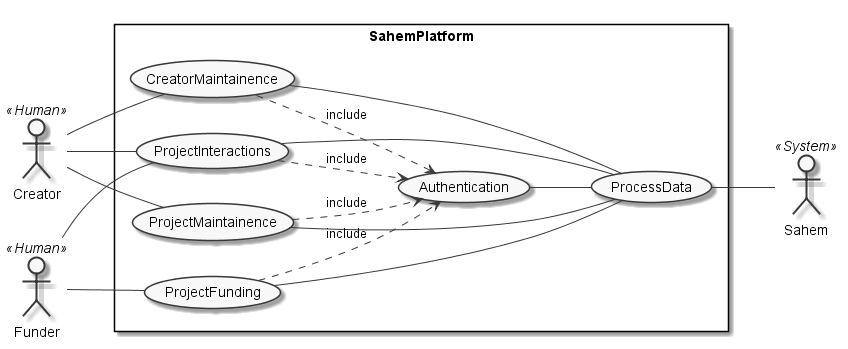
Earlier version of the PlantUML export assets/global.png (skywolfmo/ReportPFE).
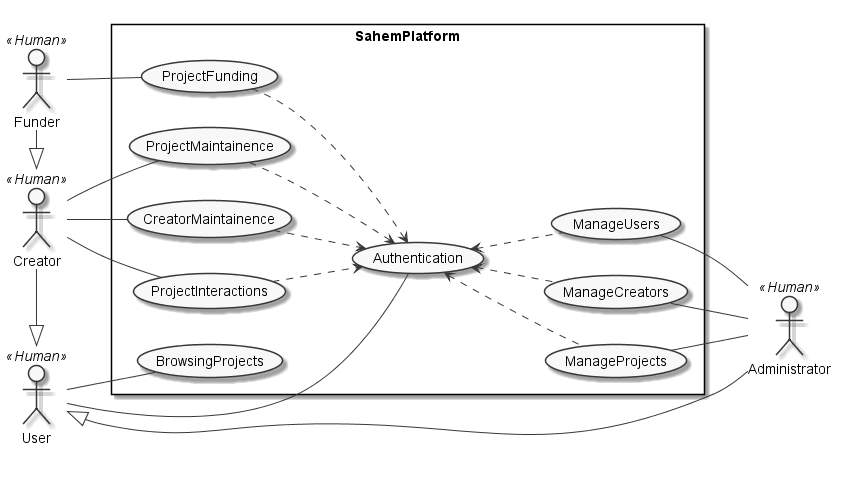
The same diagram one commit later.

Diff of the diagram source:
```diff
@@ -1,37 +1,52 @@
-@startuml
+@startuml ProjectInteractions
+skinparam monochrome true
+
 left to right direction
-skinparam Monochrome true
 skinparam packageStyle rectangle
+actor Creator as A1 << Human >>
+actor Funder as A2 << Human >>
+actor User as A4 << Human >>
+actor Administrator as A5 << Human >>
 
-actor Creator as A3 << Human >>
-actor Funder as A4 << Human >>
-actor Sahem as A6 << System >>
 
 rectangle SahemPlatform {
-    usecase (ProjectMaintainence) as U2
-    usecase (ProjectInteractions) as U3
-    usecase (CreatorMaintainence) as U5
-    usecase (Authentication) as U6
-    usecase (ProjectFunding) as U4
-    usecase (ProcessData) as U7
-    A3 -- U2
-    A3 -- U3
-    A3 -- U5
+    usecase (CreatorMaintainence) as UC1
+    usecase (ProjectInteractions) as UC2
+    usecase (ProjectMaintainence) as UC3
+    usecase (ProjectFunding) as UC4
+    usecase (Authentication) as UC5
+    usecase (BrowsingProjects) as UC7
+    usecase (ManageProjects) as UC6
+    usecase (ManageCreators) as UC8
+    usecase (ManageUsers) as UC9
 
-    U7 -- A6
-    U6 -- U7
-    U4 -- U7
-    U2 -- U7
-    U3 -- U7
-    U5 -- U7
+    A2 -- (UC4)
+    A1 -- (UC1)
+    A1 -- (UC2)
+    A1 -- (UC3)
+    A1 -|> A4
 
-    A4 -- U3
-    A4 -- U4
+    A2 -right-|> A1
 
-    U6 <.up. U4 : include
-    U6 <.up. U2 : include
-    U6 <.up. U3 : include
-    U6 <.up. U5 : include
+    A4 --- (UC5)
+    A4 - (UC7)
+
+    (UC6) -down- A5
+    (UC8) -down- A5
+    (UC9) -down- A5
+
+    (UC5) <.. (UC6)
+    (UC5) <.. (UC8)
+    (UC5) <.. (UC9)
+
+
+    (UC1) ..> (UC5)
+    (UC2) ..> (UC5)
+    (UC3) ..> (UC5)
+    (UC4) ..> (UC5)
+
+
+    A4 <|---- A5
 
 }
 
```
